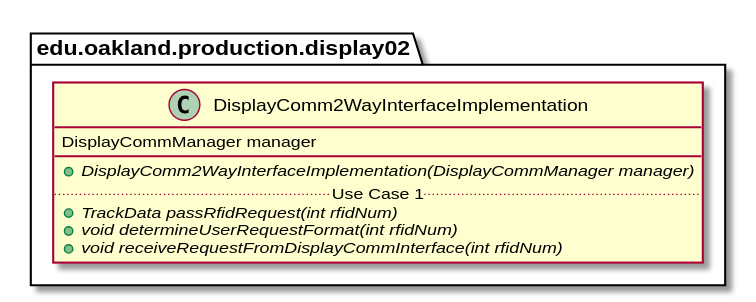
Earlier version of the PlantUML export docs/uml-class-diagrams/display02/production/DisplayComm2WayInterfaceImplementation/DisplayComm2WayInterfaceImplementation.svg (andrewdimmer/csi-3370-software-project).
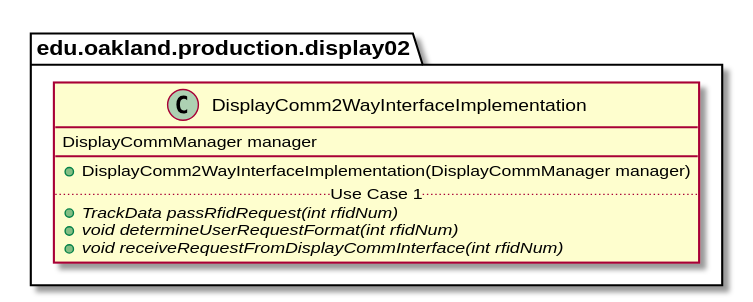
Above is the later version.

Diff of the diagram source:
```diff
@@ -4,7 +4,7 @@
     class DisplayComm2WayInterfaceImplementation {
         DisplayCommManager manager
         __
-        {abstract} + DisplayComm2WayInterfaceImplementation(DisplayCommManager manager)
+        + DisplayComm2WayInterfaceImplementation(DisplayCommManager manager)
         .. Use Case 1 ..
         {abstract} + TrackData passRfidRequest(int rfidNum)
         {abstract} + void determineUserRequestFormat(int rfidNum)
```
